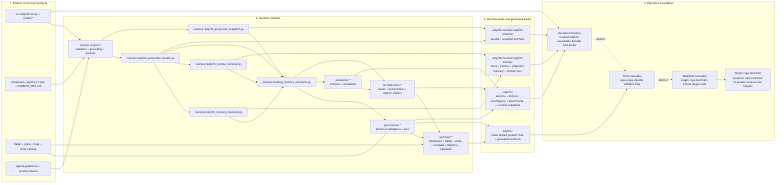
The Mermaid diagram odylith/atlas/source/odylith-product-runtime-boundary-map.png in odylith/odylith, before a commit. Its source is kept beside it as odylith/atlas/source/odylith-product-runtime-boundary-map.mmd. Its diagram source:
```mermaid
flowchart LR
    subgraph Inputs["1. Product truth and contracts"]
        CLI["src/odylith/cli.py + install/*"]
        Registry["component_registry.v1.json + CURRENT_SPEC.md"]
        Workstreams["Radar + plans + bugs + Atlas catalog"]
        Guidance["agents-guidelines + runtime/source"]
    end

    subgraph Runtime["2. Runtime modules"]
        Context["context_engine/*<br/>compiler + grounding + packets"]
        Bundle["memory/odylith_projection_bundle.py"]
        Snapshot["memory/odylith_projection_snapshot.py"]
        Backend["memory/odylith_memory_backend.py"]
        Remote["memory/odylith_remote_retrieval.py"]
        Contracts["memory/tooling_memory_contracts.py"]
        Governance["governance/*<br/>delivery intelligence + sync"]
        Evaluation["evaluation/*<br/>tribunal + remediator"]
        Conversation["orchestration/*<br/>router + orchestrator + odylith chatter"]
        Surfaces["surfaces/*<br/>Dashboard + Radar + Atlas + Compass + Registry + Casebook"]
    end

    subgraph State["3. Runtime state and generated assets"]
        ProductRoot["odylith/<br/>materialized product files + generated surfaces"]
        CompilerRoot[".odylith/runtime/odylith-compiler<br/>bundle + snapshot artifacts"]
        MemoryRoot[".odylith/runtime/odylith-memory<br/>lance + tantivy + judgment memory + remote sync"]
        RuntimeRoot[".odylith/<br/>sessions + delivery intelligence + benchmarks + runtime snapshots"]
    end

    subgraph Boundaries["4. Execution boundaries"]
        RuntimeBoundary["Runtime boundary<br/>invoked Odylith executable decides interpreter"]
        WriteBoundary["Write boundary<br/>repo scope decides editable files"]
        ValidationBoundary["Validation boundary<br/>target repo toolchain proves target code"]
        RepoToolchain["Target repo toolchain<br/>consumer repo toolchain or product source-tree helpers"]
        RuntimeBoundary -. distinct .-> WriteBoundary
        WriteBoundary -. distinct .-> ValidationBoundary
        ValidationBoundary --> RepoToolchain
    end

    CLI --> Context
    Registry --> Context
    Workstreams --> Governance
    Workstreams --> Surfaces
    Guidance --> Context

    Context --> Bundle
    Context --> Snapshot
    Bundle --> Backend
    Bundle --> Remote
    Bundle --> Contracts
    Snapshot --> Contracts
    Backend --> Contracts
    Remote --> Contracts
    Contracts --> Governance
    Contracts --> Evaluation
    Contracts --> Conversation
    Governance --> Surfaces
    Evaluation --> Conversation
    Conversation --> Surfaces

    Governance --> ProductRoot
    Surfaces --> ProductRoot
    Bundle --> CompilerRoot
    Snapshot --> CompilerRoot
    Backend --> MemoryRoot
    Remote --> MemoryRoot
    Governance --> RuntimeRoot
    Evaluation --> RuntimeRoot
    Conversation --> RuntimeRoot

    CLI --> RuntimeBoundary
    ProductRoot --> WriteBoundary
    CompilerRoot --> RuntimeBoundary
    MemoryRoot --> RuntimeBoundary
    RuntimeRoot --> RuntimeBoundary
```
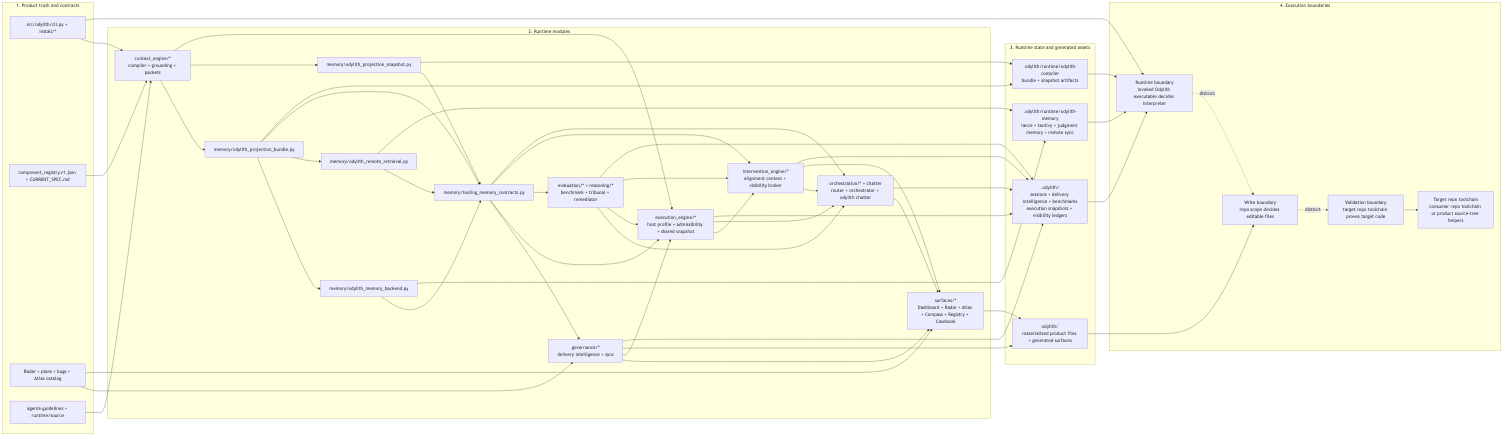
The same file after the commit.

What changed in the source:
```diff
@@ -14,8 +14,10 @@
         Remote["memory/odylith_remote_retrieval.py"]
         Contracts["memory/tooling_memory_contracts.py"]
         Governance["governance/*<br/>delivery intelligence + sync"]
-        Evaluation["evaluation/*<br/>tribunal + remediator"]
-        Conversation["orchestration/*<br/>router + orchestrator + odylith chatter"]
+        Execution["execution_engine/*<br/>host profile + admissibility + shared snapshot"]
+        Evaluation["evaluation/* + reasoning/*<br/>benchmark + tribunal + remediator"]
+        Intervention["intervention_engine/*<br/>alignment context + visibility broker"]
+        Conversation["orchestration/* + chatter<br/>router + orchestrator + odylith chatter"]
         Surfaces["surfaces/*<br/>Dashboard + Radar + Atlas + Compass + Registry + Casebook"]
     end
 
@@ -23,7 +25,7 @@
         ProductRoot["odylith/<br/>materialized product files + generated surfaces"]
         CompilerRoot[".odylith/runtime/odylith-compiler<br/>bundle + snapshot artifacts"]
         MemoryRoot[".odylith/runtime/odylith-memory<br/>lance + tantivy + judgment memory + remote sync"]
-        RuntimeRoot[".odylith/<br/>sessions + delivery intelligence + benchmarks + runtime snapshots"]
+        RuntimeRoot[".odylith/<br/>sessions + delivery intelligence + benchmarks<br/>execution snapshots + visibility ledgers"]
     end
 
     subgraph Boundaries["4. Execution boundaries"]
@@ -51,10 +53,20 @@
     Backend --> Contracts
     Remote --> Contracts
     Contracts --> Governance
+    Contracts --> Execution
     Contracts --> Evaluation
+    Contracts --> Intervention
     Contracts --> Conversation
+    Context --> Execution
     Governance --> Surfaces
+    Governance --> Execution
+    Execution --> Intervention
+    Execution --> Conversation
     Evaluation --> Conversation
+    Evaluation --> Execution
+    Evaluation --> Intervention
+    Intervention --> Conversation
+    Intervention --> Surfaces
     Conversation --> Surfaces
 
     Governance --> ProductRoot
@@ -64,7 +76,9 @@
     Backend --> MemoryRoot
     Remote --> MemoryRoot
     Governance --> RuntimeRoot
+    Execution --> RuntimeRoot
     Evaluation --> RuntimeRoot
+    Intervention --> RuntimeRoot
     Conversation --> RuntimeRoot
 
     CLI --> RuntimeBoundary
```
